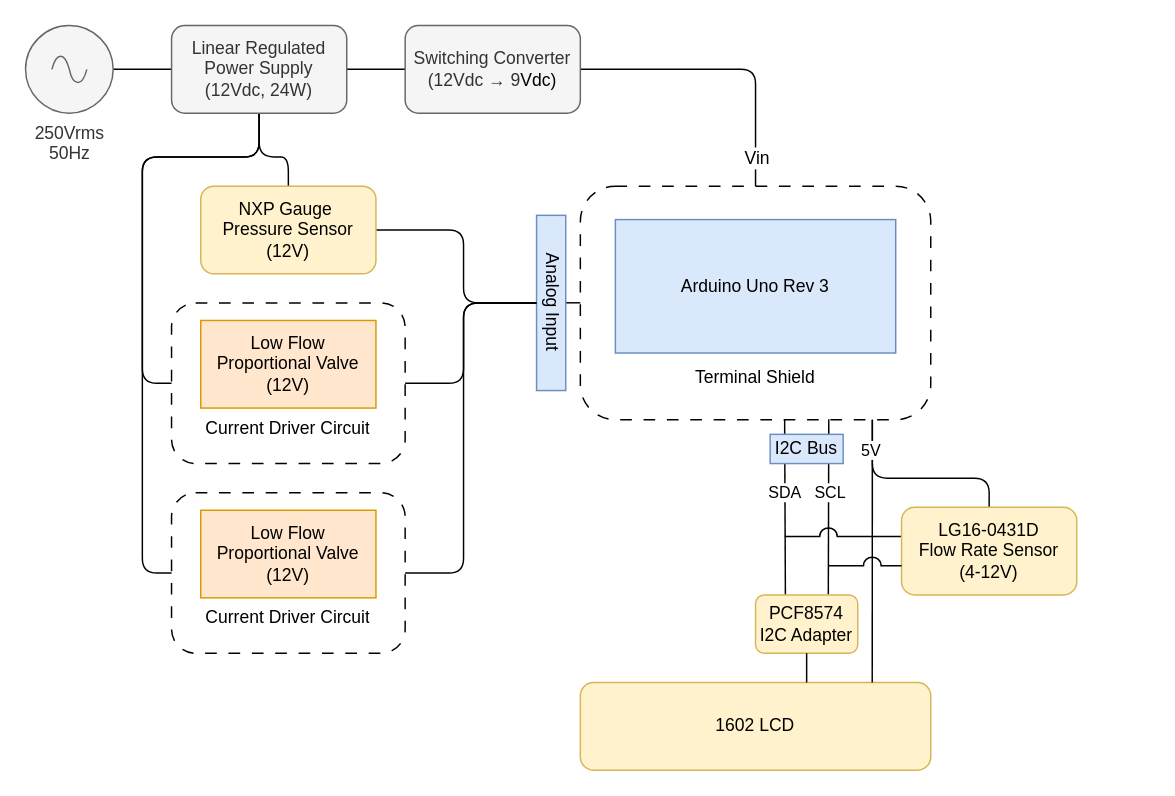
caelangillon/microfluidic-pump keeps this draw.io diagram as Diagrams/Circuit Layout.drawio. Above is the earlier version. Source tidied: cells renumbered, new cells numbered last; positions are measured from the earlier drawing's top-left corner, leaving out a move shared by most shapes. Both pictures are drawn from the tidied source at 146%, with x=0, y=0 at pixel (25, 25).
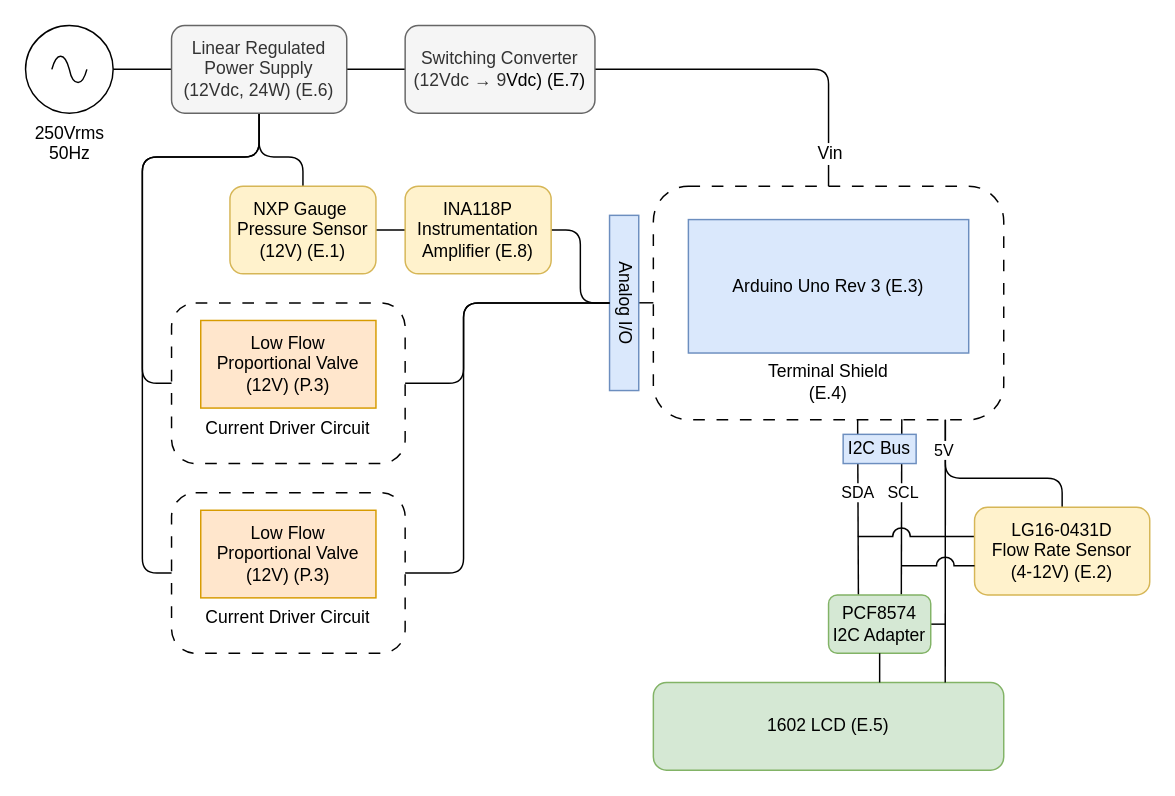
Above is the later version.

The change refers to these unchanged cells:
```xml
<mxCell id="13" style="rounded=1;whiteSpace=wrap;html=1;fillColor=none;dashed=1;dashPattern=8 8;" parent="12" vertex="1">
  <mxGeometry width="240" height="160" as="geometry" />
</mxCell>
<mxCell id="35" style="group;" parent="1" vertex="1">
  <mxGeometry x="100" y="320" width="160" height="110" as="geometry" />
</mxCell>
<mxCell id="39" style="group;" parent="1" vertex="1">
  <mxGeometry x="100" y="190" width="160" height="110" as="geometry" />
</mxCell>
```

Change to the diagram source:
```diff
@@
-    <mxCell id="3" value="250Vrms&lt;br&gt;50Hz" style="verticalLabelPosition=bottom;shadow=0;dashed=0;align=center;html=1;verticalAlign=top;shape=mxgraph.electrical.signal_sources.source;points=[[0.5,0,0],[1,0.5,0],[0.5,1,0],[0,0.5,0]];elSignalType=ac;rounded=1;fillColor=#f5f5f5;fontColor=#333333;strokeColor=#666666;" parent="1" vertex="1">
+    <mxCell id="3" value="250Vrms&lt;br&gt;50Hz" style="verticalLabelPosition=bottom;shadow=0;dashed=0;align=center;html=1;verticalAlign=top;shape=mxgraph.electrical.signal_sources.source;points=[[0.5,0,0],[1,0.5,0],[0.5,1,0],[0,0.5,0]];elSignalType=ac;rounded=1;" parent="1" vertex="1">
       <mxGeometry width="60" height="60" as="geometry" />
     </mxCell>
@@
     <mxCell id="6" style="edgeStyle=orthogonalEdgeStyle;rounded=1;jettySize=auto;html=1;entryX=0.5;entryY=0;entryDx=0;entryDy=0;curved=0;endArrow=none;endFill=0;" parent="1" edge="1" source="8" target="19">
       <mxGeometry relative="1" as="geometry">
         <Array as="points">
           <mxPoint x="160" y="90" />
-          <mxPoint x="180" y="90" />
+          <mxPoint x="190" y="90" />
         </Array>
       </mxGeometry>
     </mxCell>
@@
-    <mxCell id="8" value="Linear Regulated Power Supply&lt;br&gt;(12Vdc, 24W&lt;span style=&quot;background-color: transparent; color: light-dark(rgb(51, 51, 51), rgb(193, 193, 193));&quot;&gt;)&lt;/span&gt;" style="rounded=1;whiteSpace=wrap;html=1;fillColor=#f5f5f5;fontColor=#333333;strokeColor=#666666;" parent="1" vertex="1">
+    <mxCell id="8" value="Linear Regulated Power Supply&lt;br&gt;(12Vdc, 24W&lt;span style=&quot;background-color: transparent; color: light-dark(rgb(51, 51, 51), rgb(193, 193, 193));&quot;&gt;) (E.6)&lt;/span&gt;" style="rounded=1;whiteSpace=wrap;html=1;fillColor=#f5f5f5;fontColor=#333333;strokeColor=#666666;" parent="1" vertex="1">
       <mxGeometry x="100" width="120" height="60" as="geometry" />
     </mxCell>
     <mxCell id="9" style="edgeStyle=orthogonalEdgeStyle;rounded=1;jettySize=auto;html=1;entryX=0.5;entryY=0;entryDx=0;entryDy=0;endArrow=none;endFill=0;" parent="1" edge="1" source="11" target="13">
       <mxGeometry relative="1" as="geometry">
         <Array as="points">
-          <mxPoint x="500" y="30" />
+          <mxPoint x="550" y="30" />
         </Array>
       </mxGeometry>
     </mxCell>
     <mxCell id="10" value="Vin" style="edgeLabel;html=1;align=center;verticalAlign=middle;rounded=1;fontSize=12;" parent="9" vertex="1">
       <mxGeometry x="0.21" y="2" relative="1" as="geometry">
-        <mxPoint x="-2" y="59" as="offset" />
+        <mxPoint x="15" y="59" as="offset" />
       </mxGeometry>
     </mxCell>
-    <mxCell id="11" value="Switching Converter&lt;br&gt;(12Vdc → 9&lt;span style=&quot;background-color: transparent; color: light-dark(rgb(0, 0, 0), rgb(255, 255, 255));&quot;&gt;Vdc)&lt;/span&gt;" style="rounded=1;whiteSpace=wrap;html=1;fillColor=#f5f5f5;fontColor=#333333;strokeColor=#666666;" parent="1" vertex="1">
-      <mxGeometry x="260" width="120" height="60" as="geometry" />
+    <mxCell id="11" value="Switching Converter&lt;br&gt;(12Vdc → 9&lt;span style=&quot;background-color: transparent; color: light-dark(rgb(0, 0, 0), rgb(255, 255, 255));&quot;&gt;Vdc) (E.7)&lt;/span&gt;" style="rounded=1;whiteSpace=wrap;html=1;fillColor=#f5f5f5;fontColor=#333333;strokeColor=#666666;" parent="1" vertex="1">
+      <mxGeometry x="260" width="130" height="60" as="geometry" />
     </mxCell>
     <mxCell id="12" style="group;" parent="1" vertex="1">
-      <mxGeometry x="380" y="110" width="240" height="160" as="geometry" />
+      <mxGeometry x="430" y="110" width="240" height="160" as="geometry" />
     </mxCell>
@@
-    <mxCell id="14" value="Arduino Uno Rev 3" style="rounded=0;whiteSpace=wrap;html=1;fillColor=#dae8fc;strokeColor=#6c8ebf;" parent="12" vertex="1">
+    <mxCell id="14" value="Arduino Uno Rev 3 (E.3)" style="rounded=0;whiteSpace=wrap;html=1;fillColor=#dae8fc;strokeColor=#6c8ebf;" parent="12" vertex="1">
       <mxGeometry x="24" y="22.9" width="192" height="91.4" as="geometry" />
     </mxCell>
-    <mxCell id="15" value="Terminal Shield" style="text;strokeColor=none;fillColor=none;align=center;verticalAlign=middle;spacingLeft=4;spacingRight=4;overflow=hidden;whiteSpace=wrap;html=1;rounded=1;" parent="12" vertex="1">
-      <mxGeometry x="60" y="114.3" width="120" height="34.3" as="geometry" />
+    <mxCell id="15" value="Terminal Shield (E.4)" style="text;strokeColor=none;fillColor=none;align=center;verticalAlign=middle;spacingLeft=4;spacingRight=4;overflow=hidden;whiteSpace=wrap;html=1;rounded=1;" parent="12" vertex="1">
+      <mxGeometry x="60" y="117" width="120" height="34.3" as="geometry" />
     </mxCell>
@@
-    <mxCell id="17" value="1602 LCD" style="rounded=1;whiteSpace=wrap;html=1;fillColor=#fff2cc;strokeColor=#d6b656;" parent="1" vertex="1">
-      <mxGeometry x="380" y="450" width="240" height="60" as="geometry" />
+    <mxCell id="17" value="1602 LCD (E.5)" style="rounded=1;whiteSpace=wrap;html=1;fillColor=#d5e8d4;strokeColor=#82b366;" parent="1" vertex="1">
+      <mxGeometry x="430" y="450" width="240" height="60" as="geometry" />
     </mxCell>
-    <mxCell id="18" style="edgeStyle=orthogonalEdgeStyle;rounded=1;jettySize=auto;html=1;entryX=0;entryY=0.5;entryDx=0;entryDy=0;curved=0;endArrow=none;endFill=0;" parent="1" edge="1" source="19" target="30">
-      <mxGeometry relative="1" as="geometry">
-        <Array as="points">
-          <mxPoint x="300" y="140" />
-          <mxPoint x="300" y="190" />
-        </Array>
-      </mxGeometry>
-    </mxCell>
+    <mxCell id="44" style="edgeStyle=orthogonalEdgeStyle;rounded=0;jettySize=auto;html=1;endArrow=none;endFill=0;" parent="1" edge="1" source="19" target="47">
+      <mxGeometry relative="1" as="geometry" />
+    </mxCell>
-    <mxCell id="19" value="NXP Gauge&amp;nbsp;&lt;div&gt;Pressure Sensor&lt;br&gt;(12V)&lt;/div&gt;" style="rounded=1;whiteSpace=wrap;html=1;fillColor=#fff2cc;strokeColor=#d6b656;" parent="1" vertex="1">
-      <mxGeometry x="120" y="110" width="120" height="60" as="geometry" />
+    <mxCell id="19" value="NXP Gauge&amp;nbsp;&lt;div&gt;Pressure Sensor&lt;br&gt;(12V) (E.1)&lt;/div&gt;" style="rounded=1;whiteSpace=wrap;html=1;fillColor=#fff2cc;strokeColor=#d6b656;" parent="1" vertex="1">
+      <mxGeometry x="140" y="110" width="100" height="60" as="geometry" />
     </mxCell>
@@
     <mxCell id="24" style="edgeStyle=orthogonalEdgeStyle;rounded=1;jettySize=auto;html=1;endArrow=none;endFill=0;curved=0;jumpStyle=arc;jumpSize=12;" parent="1" edge="1" source="26">
       <mxGeometry relative="1" as="geometry">
-        <mxPoint x="580" y="270" as="targetPoint" />
+        <mxPoint x="630" y="270" as="targetPoint" />
         <Array as="points">
-          <mxPoint x="660" y="310" />
-          <mxPoint x="580" y="310" />
+          <mxPoint x="710" y="310" />
+          <mxPoint x="630" y="310" />
         </Array>
       </mxGeometry>
     </mxCell>
     <mxCell id="25" style="edgeStyle=orthogonalEdgeStyle;rounded=1;jettySize=auto;html=1;exitX=0.004;exitY=0.333;exitDx=0;exitDy=0;exitPerimeter=0;curved=0;endArrow=none;endFill=0;jumpStyle=arc;jumpSize=12;" parent="1" edge="1" source="26">
       <mxGeometry relative="1" as="geometry">
-        <mxPoint x="520" y="350" as="targetPoint" />
+        <mxPoint x="570" y="350" as="targetPoint" />
         <Array as="points">
-          <mxPoint x="520" y="350" />
+          <mxPoint x="570" y="350" />
         </Array>
       </mxGeometry>
     </mxCell>
-    <mxCell id="26" value="&lt;div&gt;LG16-0431D&lt;/div&gt;Flow Rate Sensor&lt;br&gt;(4-12V)" style="rounded=1;whiteSpace=wrap;html=1;fillColor=#fff2cc;strokeColor=#d6b656;" parent="1" vertex="1">
-      <mxGeometry x="600" y="330" width="120" height="60" as="geometry" />
+    <mxCell id="26" value="&lt;div&gt;LG16-0431D&lt;/div&gt;Flow Rate Sensor&lt;br&gt;(4-12V) (E.2)" style="rounded=1;whiteSpace=wrap;html=1;fillColor=#fff2cc;strokeColor=#d6b656;" parent="1" vertex="1">
+      <mxGeometry x="650" y="330" width="120" height="60" as="geometry" />
     </mxCell>
     <mxCell id="27" value="I2C Bus" style="rounded=0;whiteSpace=wrap;html=1;fillColor=#dae8fc;strokeColor=#6c8ebf;" parent="1" vertex="1">
-      <mxGeometry x="510" y="280" width="50" height="20" as="geometry" />
+      <mxGeometry x="560" y="280" width="50" height="20" as="geometry" />
     </mxCell>
     <mxCell id="28" style="endArrow=none;html=1;rounded=0;exitX=0.833;exitY=-0.001;exitDx=0;exitDy=0;exitPerimeter=0;" parent="1" edge="1" source="17">
       <mxGeometry relative="1" as="geometry">
-        <mxPoint x="580" y="270" as="targetPoint" />
+        <mxPoint x="630" y="270" as="targetPoint" />
       </mxGeometry>
     </mxCell>
@@
-    <mxCell id="30" value="Analog Input" style="rounded=0;html=1;fillColor=#dae8fc;strokeColor=#6c8ebf;whiteSpace=wrap;textDirection=vertical-rl;" parent="1" vertex="1">
-      <mxGeometry x="350" y="130" width="20" height="120" as="geometry" />
+    <mxCell id="30" value="Analog I/O" style="rounded=0;html=1;fillColor=#dae8fc;strokeColor=#6c8ebf;whiteSpace=wrap;textDirection=vertical-rl;" parent="1" vertex="1">
+      <mxGeometry x="400" y="130" width="20" height="120" as="geometry" />
     </mxCell>
@@
+    <mxCell id="45" style="edgeStyle=orthogonalEdgeStyle;rounded=0;jettySize=auto;html=1;endArrow=none;endFill=0;" parent="1" edge="1" source="33">
+      <mxGeometry relative="1" as="geometry">
+        <mxPoint x="630" y="410" as="targetPoint" />
+        <Array as="points">
+          <mxPoint x="620" y="410" />
+          <mxPoint x="620" y="410" />
+        </Array>
+      </mxGeometry>
+    </mxCell>
-    <mxCell id="33" value="PCF8574 I2C Adapter" style="rounded=1;whiteSpace=wrap;html=1;fillColor=#fff2cc;strokeColor=#d6b656;" parent="1" vertex="1">
-      <mxGeometry x="500" y="390" width="70" height="40" as="geometry" />
+    <mxCell id="33" value="PCF8574 I2C Adapter" style="rounded=1;whiteSpace=wrap;html=1;fillColor=#d5e8d4;strokeColor=#82b366;" parent="1" vertex="1">
+      <mxGeometry x="550" y="390" width="70" height="40" as="geometry" />
     </mxCell>
     <mxCell id="34" style="edgeStyle=orthogonalEdgeStyle;rounded=0;jettySize=auto;html=1;endArrow=none;endFill=0;exitX=0.5;exitY=1;exitDx=0;exitDy=0;" parent="1" edge="1" source="33">
       <mxGeometry relative="1" as="geometry">
-        <mxPoint x="535" y="440" as="targetPoint" />
+        <mxPoint x="585" y="440" as="targetPoint" />
         <Array as="points">
-          <mxPoint x="535" y="450" />
+          <mxPoint x="585" y="450" />
         </Array>
       </mxGeometry>
     </mxCell>
@@
-    <mxCell id="37" value="Low Flow Proportional Valve&lt;br&gt;(12V)" style="rounded=0;whiteSpace=wrap;html=1;fillColor=#ffe6cc;strokeColor=#d79b00;" parent="35" vertex="1">
+    <mxCell id="37" value="Low Flow Proportional Valve&lt;br&gt;(12V) (P.3)" style="rounded=0;whiteSpace=wrap;html=1;fillColor=#ffe6cc;strokeColor=#d79b00;" parent="35" vertex="1">
       <mxGeometry x="20" y="12" width="120" height="60" as="geometry" />
     </mxCell>
@@
-    <mxCell id="41" value="Low Flow Proportional Valve&lt;br&gt;(12V)" style="rounded=0;whiteSpace=wrap;html=1;fillColor=#ffe6cc;strokeColor=#d79b00;" parent="39" vertex="1">
+    <mxCell id="41" value="Low Flow Proportional Valve&lt;br&gt;(12V) (P.3)" style="rounded=0;whiteSpace=wrap;html=1;fillColor=#ffe6cc;strokeColor=#d79b00;" parent="39" vertex="1">
       <mxGeometry x="20" y="12" width="120" height="60" as="geometry" />
     </mxCell>
@@
     <mxCell id="43" style="edgeStyle=orthogonalEdgeStyle;rounded=1;orthogonalLoop=1;jettySize=auto;html=1;endArrow=none;endFill=0;curved=0;jumpStyle=arc;jumpSize=12;" parent="1" edge="1">
       <mxGeometry relative="1" as="geometry">
-        <mxPoint x="600" y="370" as="sourcePoint" />
-        <mxPoint x="550" y="370" as="targetPoint" />
+        <mxPoint x="650" y="370" as="sourcePoint" />
+        <mxPoint x="600" y="370" as="targetPoint" />
       </mxGeometry>
     </mxCell>
+    <mxCell id="46" style="edgeStyle=orthogonalEdgeStyle;rounded=1;jettySize=auto;html=1;curved=0;endArrow=none;endFill=0;" parent="1" edge="1" source="47">
+      <mxGeometry relative="1" as="geometry">
+        <mxPoint x="400" y="190" as="targetPoint" />
+        <Array as="points">
+          <mxPoint x="380" y="140" />
+          <mxPoint x="380" y="190" />
+        </Array>
+      </mxGeometry>
+    </mxCell>
+    <mxCell id="47" value="INA118P Instrumentation Amplifier (E.8)" style="rounded=1;whiteSpace=wrap;html=1;fillColor=#fff2cc;strokeColor=#d6b656;" parent="1" vertex="1">
+      <mxGeometry x="260" y="110" width="100" height="60" as="geometry" />
+    </mxCell>
```
